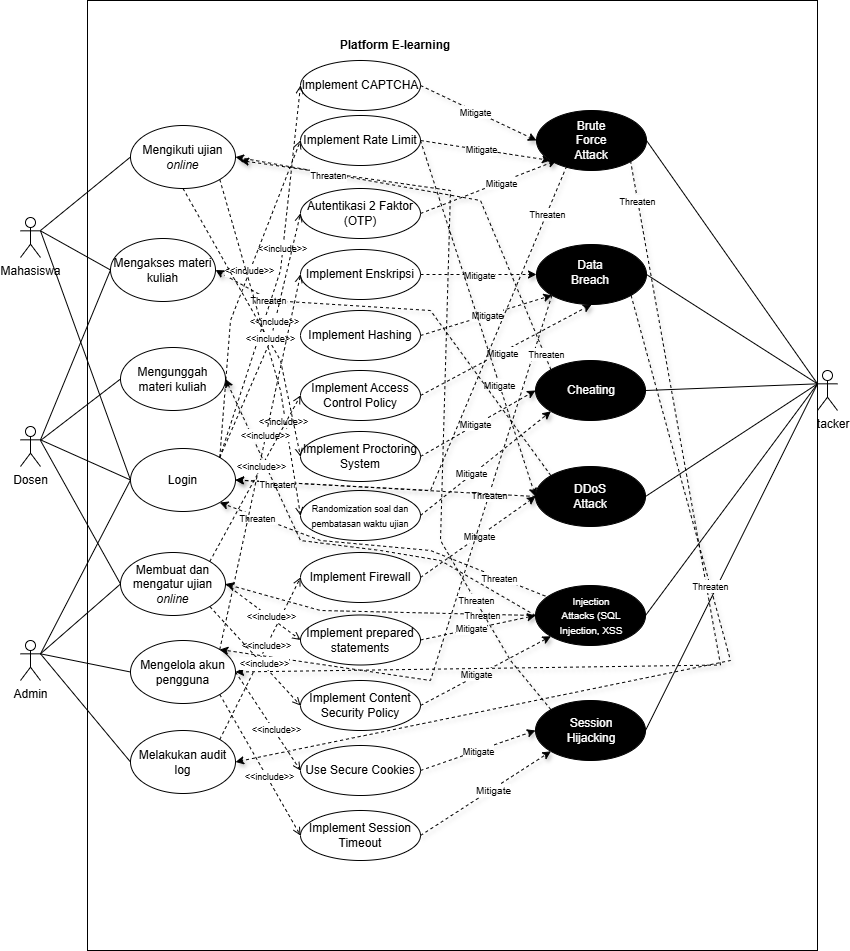
Before: Scenario1_.drawio.png, a diagram exported from draw.io (anthef/anthef). Source tidied: cells renumbered, new cells last; positions are measured from the earlier drawing's top-left corner, leaving out a move shared by most shapes.
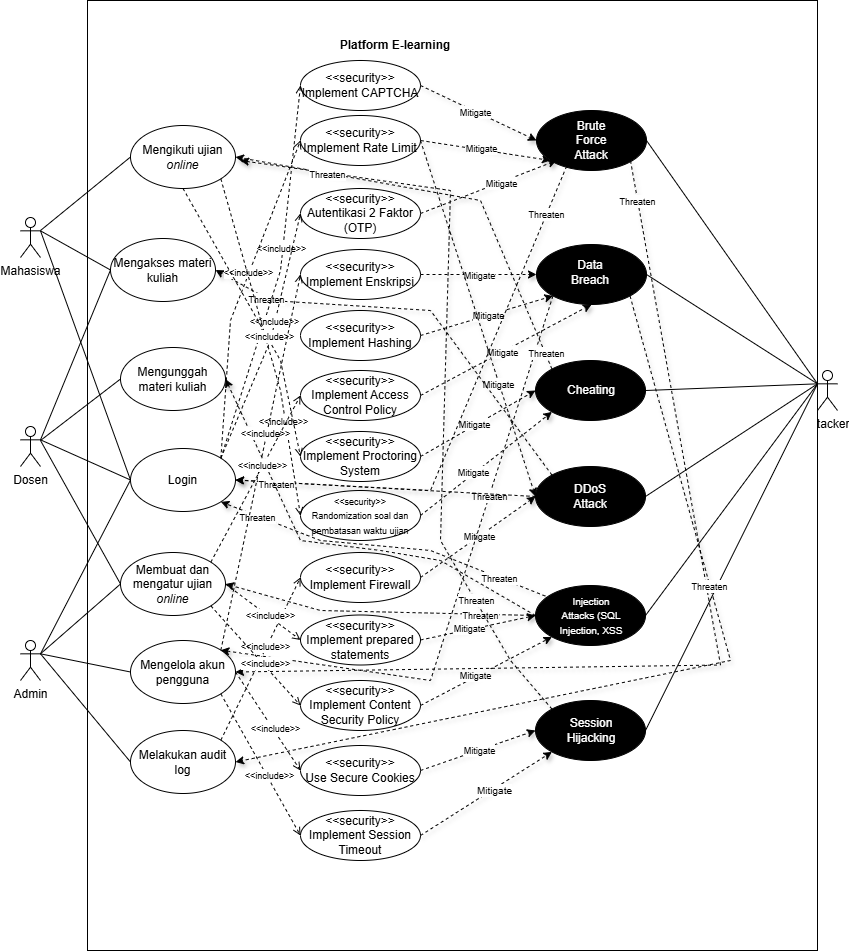
Later version of the same file.

The edit, as a diff of the source:
```diff
@@ -137,43 +137,43 @@
     <mxCell id="44" style="endArrow=none;html=1;rounded=0;exitX=1;exitY=0.3333333333333333;exitDx=0;exitDy=0;exitPerimeter=0;entryX=0;entryY=0.5;entryDx=0;entryDy=0;" parent="1" edge="1" source="26" target="41">
       <mxGeometry relative="1" as="geometry" />
     </mxCell>
-    <mxCell id="45" value="Implement CAPTCHA" style="ellipse;whiteSpace=wrap;html=1;" parent="1" vertex="1">
+    <mxCell id="45" value="&lt;div&gt;&amp;lt;&amp;lt;security&amp;gt;&amp;gt;&lt;/div&gt;Implement CAPTCHA" style="ellipse;whiteSpace=wrap;html=1;" parent="1" vertex="1">
       <mxGeometry x="280" y="60" width="120" height="50" as="geometry" />
     </mxCell>
-    <mxCell id="46" value="Implement Rate Limit" style="ellipse;whiteSpace=wrap;html=1;" parent="1" vertex="1">
+    <mxCell id="46" value="&lt;div&gt;&amp;lt;&amp;lt;security&amp;gt;&amp;gt;&lt;/div&gt;Implement Rate Limit" style="ellipse;whiteSpace=wrap;html=1;" parent="1" vertex="1">
       <mxGeometry x="280" y="115" width="120" height="50" as="geometry" />
     </mxCell>
-    <mxCell id="47" value="Autentikasi 2 Faktor (OTP)" style="ellipse;whiteSpace=wrap;html=1;" parent="1" vertex="1">
+    <mxCell id="47" value="&lt;div&gt;&amp;lt;&amp;lt;security&amp;gt;&amp;gt;&lt;/div&gt;Autentikasi 2 Faktor (OTP)" style="ellipse;whiteSpace=wrap;html=1;" parent="1" vertex="1">
       <mxGeometry x="280" y="188" width="120" height="50" as="geometry" />
     </mxCell>
-    <mxCell id="48" value="Implement Enskripsi" style="ellipse;whiteSpace=wrap;html=1;" parent="1" vertex="1">
+    <mxCell id="48" value="&lt;div&gt;&amp;lt;&amp;lt;security&amp;gt;&amp;gt;&lt;/div&gt;Implement Enskripsi" style="ellipse;whiteSpace=wrap;html=1;" parent="1" vertex="1">
       <mxGeometry x="280" y="249" width="120" height="50" as="geometry" />
     </mxCell>
-    <mxCell id="49" value="Implement Hashing" style="ellipse;whiteSpace=wrap;html=1;" parent="1" vertex="1">
+    <mxCell id="49" value="&lt;div&gt;&amp;lt;&amp;lt;security&amp;gt;&amp;gt;&lt;/div&gt;Implement Hashing" style="ellipse;whiteSpace=wrap;html=1;" parent="1" vertex="1">
       <mxGeometry x="280" y="310" width="120" height="50" as="geometry" />
     </mxCell>
-    <mxCell id="50" value="Implement Access Control Policy" style="ellipse;whiteSpace=wrap;html=1;" parent="1" vertex="1">
+    <mxCell id="50" value="&lt;div&gt;&amp;lt;&amp;lt;security&amp;gt;&amp;gt;&lt;/div&gt;Implement Access Control Policy" style="ellipse;whiteSpace=wrap;html=1;" parent="1" vertex="1">
       <mxGeometry x="280" y="370" width="120" height="50" as="geometry" />
     </mxCell>
-    <mxCell id="51" value="Implement Proctoring System" style="ellipse;whiteSpace=wrap;html=1;" parent="1" vertex="1">
+    <mxCell id="51" value="&lt;div&gt;&amp;lt;&amp;lt;security&amp;gt;&amp;gt;&lt;/div&gt;Implement Proctoring System" style="ellipse;whiteSpace=wrap;html=1;" parent="1" vertex="1">
       <mxGeometry x="280" y="431" width="120" height="50" as="geometry" />
     </mxCell>
-    <mxCell id="52" value="&lt;font style=&quot;font-size: 9px;&quot;&gt;Randomization soal dan pembatasan waktu ujian&lt;/font&gt;" style="ellipse;whiteSpace=wrap;html=1;" parent="1" vertex="1">
+    <mxCell id="52" value="&lt;div&gt;&lt;font style=&quot;font-size: 9px;&quot;&gt;&amp;lt;&amp;lt;security&amp;gt;&amp;gt;&lt;/font&gt;&lt;/div&gt;&lt;font style=&quot;font-size: 9px;&quot;&gt;Randomization soal dan pembatasan waktu ujian&lt;/font&gt;" style="ellipse;whiteSpace=wrap;html=1;" parent="1" vertex="1">
       <mxGeometry x="280" y="490" width="120" height="50" as="geometry" />
     </mxCell>
-    <mxCell id="53" value="Implement Firewall" style="ellipse;whiteSpace=wrap;html=1;" parent="1" vertex="1">
+    <mxCell id="53" value="&lt;div&gt;&amp;lt;&amp;lt;security&amp;gt;&amp;gt;&lt;/div&gt;Implement Firewall" style="ellipse;whiteSpace=wrap;html=1;" parent="1" vertex="1">
       <mxGeometry x="280" y="552" width="120" height="50" as="geometry" />
     </mxCell>
-    <mxCell id="54" value="Implement prepared statements" style="ellipse;whiteSpace=wrap;html=1;" parent="1" vertex="1">
+    <mxCell id="54" value="&lt;div&gt;&amp;lt;&amp;lt;security&amp;gt;&amp;gt;&lt;/div&gt;Implement prepared statements" style="ellipse;whiteSpace=wrap;html=1;" parent="1" vertex="1">
       <mxGeometry x="280" y="614.5" width="120" height="50" as="geometry" />
     </mxCell>
-    <mxCell id="55" value="Implement Content Security Policy" style="ellipse;whiteSpace=wrap;html=1;" parent="1" vertex="1">
+    <mxCell id="55" value="&lt;div&gt;&amp;lt;&amp;lt;security&amp;gt;&amp;gt;&lt;/div&gt;Implement Content Security Policy" style="ellipse;whiteSpace=wrap;html=1;" parent="1" vertex="1">
       <mxGeometry x="280" y="680" width="120" height="50" as="geometry" />
     </mxCell>
-    <mxCell id="56" value="Use Secure Cookies" style="ellipse;whiteSpace=wrap;html=1;" parent="1" vertex="1">
+    <mxCell id="56" value="&lt;div&gt;&amp;lt;&amp;lt;security&amp;gt;&amp;gt;&lt;/div&gt;Use Secure Cookies" style="ellipse;whiteSpace=wrap;html=1;" parent="1" vertex="1">
       <mxGeometry x="280" y="745" width="120" height="50" as="geometry" />
     </mxCell>
-    <mxCell id="57" value="Implement Session Timeout" style="ellipse;whiteSpace=wrap;html=1;" parent="1" vertex="1">
+    <mxCell id="57" value="&lt;div&gt;&amp;lt;&amp;lt;security&amp;gt;&amp;gt;&lt;/div&gt;Implement Session Timeout" style="ellipse;whiteSpace=wrap;html=1;" parent="1" vertex="1">
       <mxGeometry x="280" y="810" width="120" height="50" as="geometry" />
     </mxCell>
     <mxCell id="58" style="endArrow=classic;html=1;rounded=0;exitX=1;exitY=0.5;exitDx=0;exitDy=0;entryX=0;entryY=0.5;entryDx=0;entryDy=0;shadow=1;dashed=1;" parent="1" edge="1" source="45" target="7">
```
